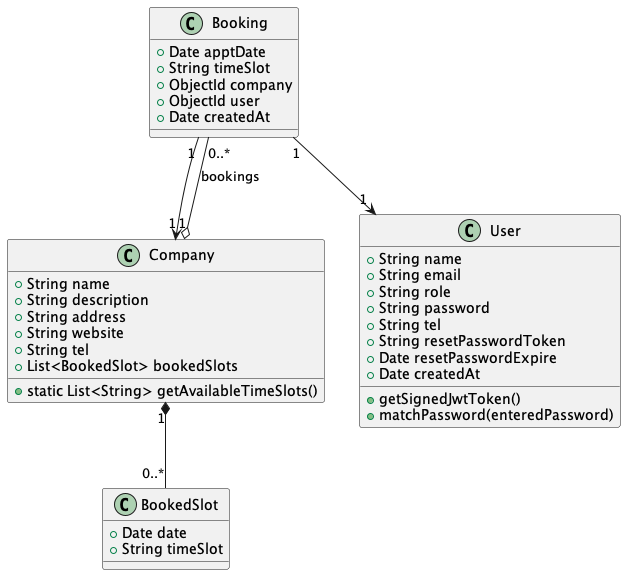
sw-dev-prac-final-project/backend keeps this PlantUML diagram as utils/plantUML/pic/classDiagram.png. Above is the earlier version.
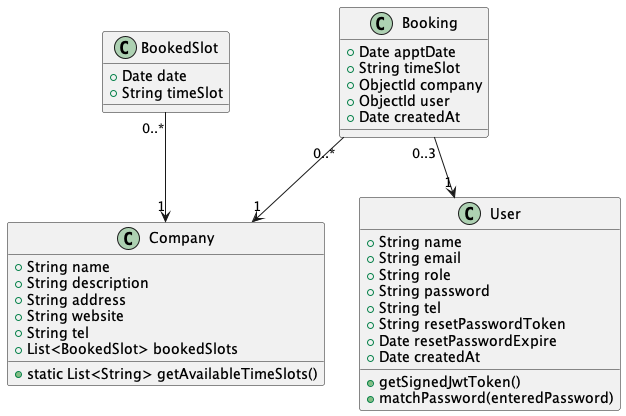
After the commit.

What changed in the source:
```diff
@@ -1,4 +1,4 @@
-@startuml
+@startuml classDiagram
 
 class Booking {
   +Date apptDate
@@ -36,9 +36,9 @@
   +matchPassword(enteredPassword)
 }
 
-Company "1" *-- "0..*" BookedSlot
-Company "1" o-- "0..*" Booking : bookings
-Booking "1" --> "1" Company
-Booking "1" --> "1" User
+BookedSlot "0..*" --> "1" Company
+
+Booking "0..*" --> "1" Company
+Booking "0..3" --> "1" User
 
 @enduml
```
